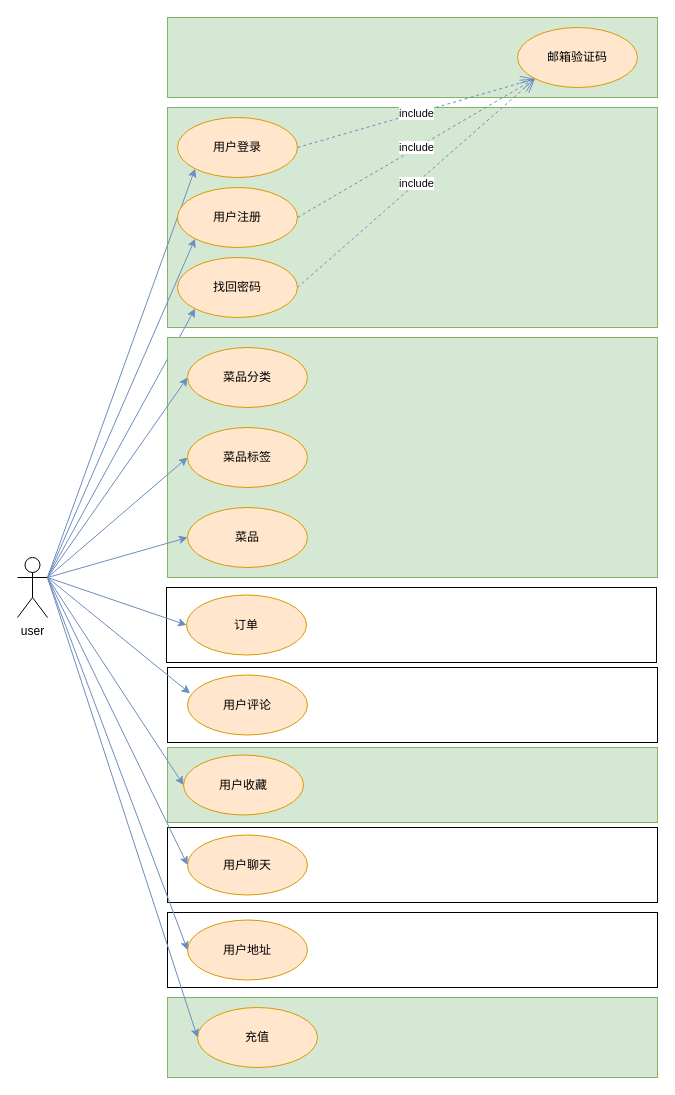
matrix-johnjohn/EatGo-Ordering-App keeps this draw.io diagram as prds/01uml用例图.drawio. Above is the earlier version. Source tidied: cells renumbered, new cells numbered last; positions are measured from the earlier drawing's top-left corner, leaving out a move shared by most shapes. Both pictures are drawn from the tidied source at 100%, with x=0, y=0 at pixel (17, 17).
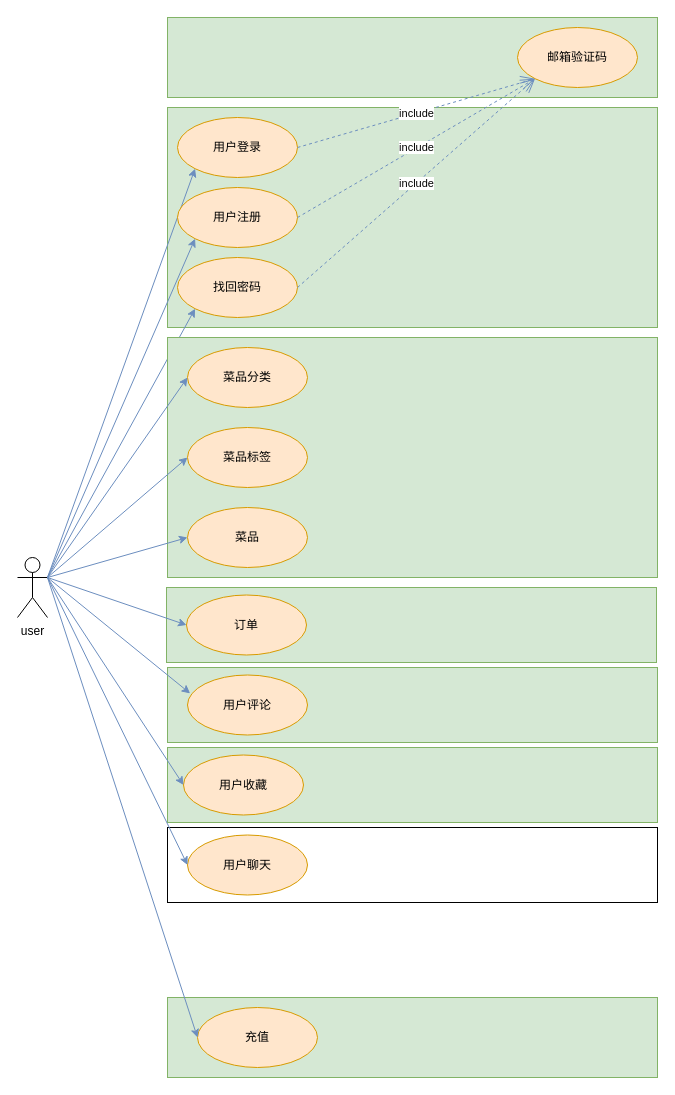
The same page after the edit.

Unchanged cells that the change refers to:
```xml
<mxCell id="3" value="user" style="shape=umlActor;verticalLabelPosition=bottom;verticalAlign=top;html=1;outlineConnect=0;" parent="1" vertex="1">
  <mxGeometry y="540" width="30" height="60" as="geometry" />
</mxCell>
```

Diff of the diagram source:
```diff
@@
-    <mxCell id="22" style="rounded=0;whiteSpace=wrap;html=1;" parent="1" vertex="1">
+    <mxCell id="22" style="rounded=0;whiteSpace=wrap;html=1;fillColor=#d5e8d4;strokeColor=#82b366;" parent="1" vertex="1">
       <mxGeometry x="150" y="650" width="490" height="75" as="geometry" />
     </mxCell>
@@
-    <mxCell id="28" style="rounded=0;whiteSpace=wrap;html=1;" parent="1" vertex="1">
+    <mxCell id="28" style="rounded=0;whiteSpace=wrap;html=1;fillColor=#d5e8d4;strokeColor=#82b366;" parent="1" vertex="1">
       <mxGeometry x="149" y="570" width="490" height="75" as="geometry" />
     </mxCell>
@@
-    <mxCell id="34" style="rounded=0;whiteSpace=wrap;html=1;" parent="1" vertex="1">
-      <mxGeometry x="150" y="895" width="490" height="75" as="geometry" />
-    </mxCell>
-    <mxCell id="35" value="用户地址" style="ellipse;whiteSpace=wrap;html=1;fillColor=#ffe6cc;strokeColor=#d79b00;" parent="1" vertex="1">
-      <mxGeometry x="170" y="902.5" width="120" height="60" as="geometry" />
-    </mxCell>
-    <mxCell id="36" style="endArrow=classic;html=1;rounded=0;exitX=1;exitY=0.3333333333333333;exitDx=0;exitDy=0;exitPerimeter=0;fillColor=#dae8fc;strokeColor=#6c8ebf;entryX=0;entryY=0.5;entryDx=0;entryDy=0;" parent="1" edge="1" source="3" target="35">
-      <mxGeometry relative="1" as="geometry" />
-    </mxCell>
```
